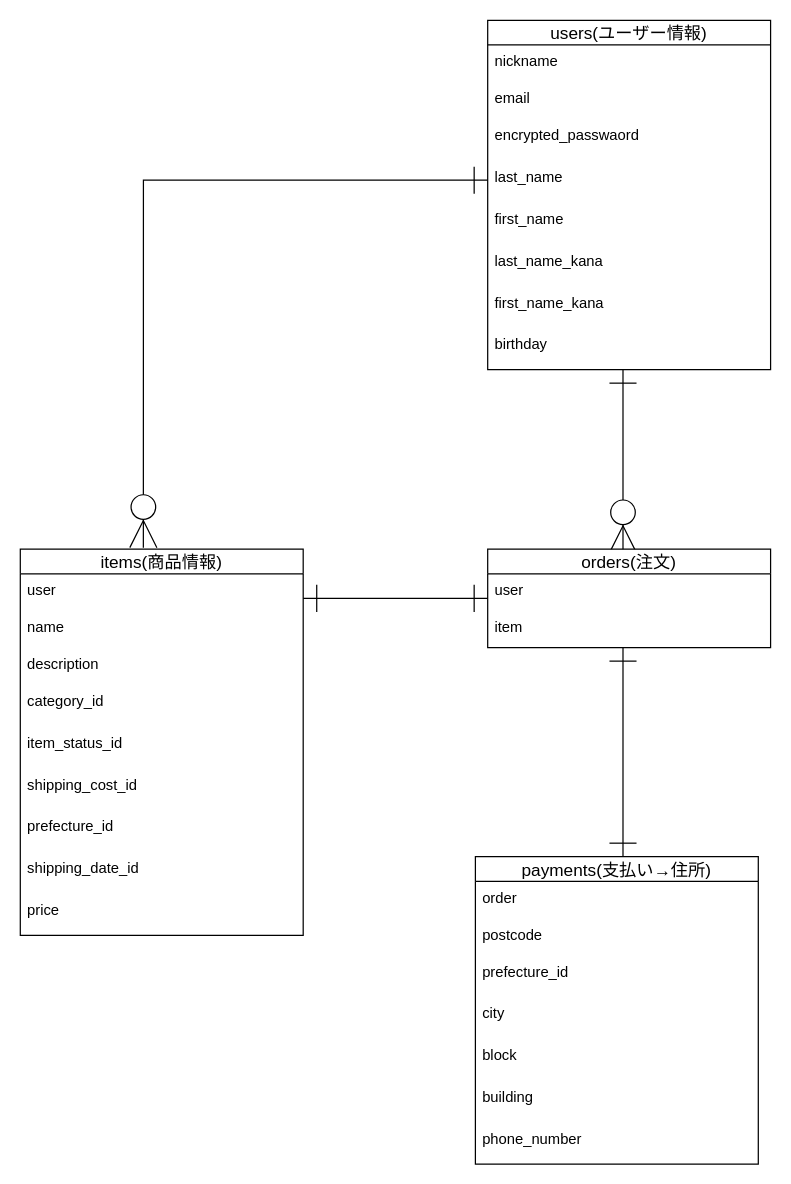
Before: er.dio in ryoppie/furima-38872, a draw.io diagram. Source tidied: cells renumbered, new cells numbered last; positions are measured from the earlier drawing's top-left corner, leaving out a move shared by most shapes. Both pictures are drawn from the tidied source at 123%, with x=0, y=0 at pixel (20, 20).
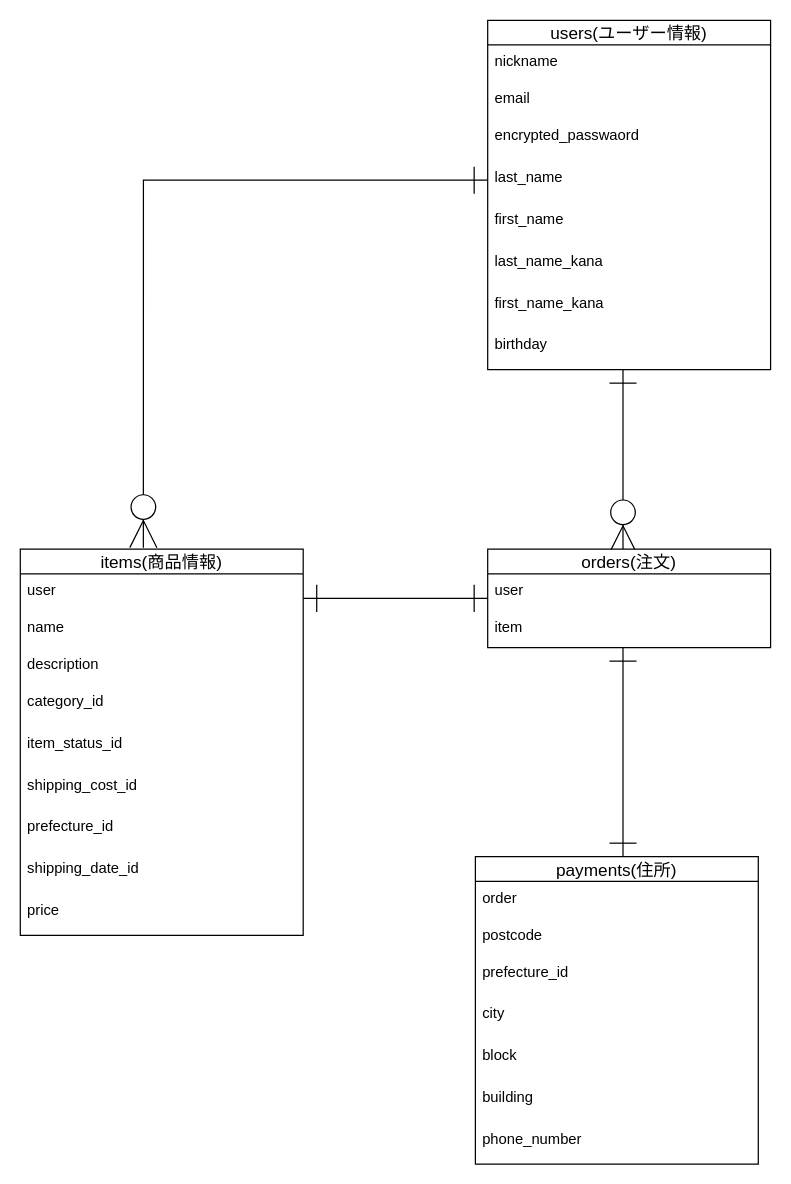
Above is the later version.

Commit message (it also covers changes not shown here):
データベース設計修正

What changed in the source:
```diff
@@
-    <mxCell id="17" value="payments(支払い→住所)" style="swimlane;fontStyle=0;horizontal=1;startSize=20;align=center;fontSize=14;" parent="1" vertex="1">
+    <mxCell id="17" value="payments(住所)" style="swimlane;fontStyle=0;horizontal=1;startSize=20;align=center;fontSize=14;" parent="1" vertex="1">
       <mxGeometry x="370" y="680" width="230" height="250" as="geometry" />
     </mxCell>
```
